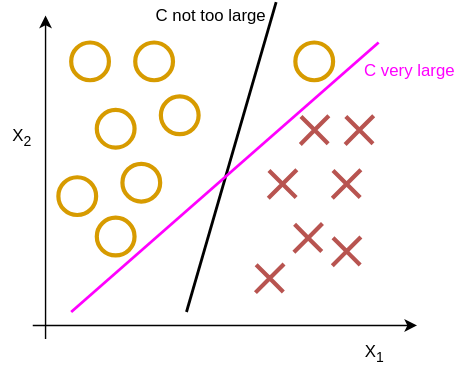
Above: media/svm with outliers.drawio.svg in arun-jathari/data-science- (draw.io), before the change. Source tidied: cells renumbered, new cells last; positions are measured from the earlier drawing's top-left corner, leaving out a move shared by most shapes. Source of this version:
```xml
<mxGraphModel>
  <root>
    <mxCell id="0" />
    <mxCell id="1" parent="0" />
    <mxCell id="2" style="group;" parent="1" vertex="1">
      <mxGeometry width="325" height="260" as="geometry" />
    </mxCell>
    <mxCell id="3" style="endArrow=classic;html=1;rounded=0;endFill=1;" parent="2" edge="1">
      <mxGeometry relative="1" as="geometry">
        <mxPoint x="32" y="240.7" as="sourcePoint" />
        <mxPoint x="32" y="9.6" as="targetPoint" />
      </mxGeometry>
    </mxCell>
    <mxCell id="4" style="endArrow=classic;html=1;rounded=0;" parent="2" edge="1">
      <mxGeometry relative="1" as="geometry">
        <mxPoint x="22.9" y="231.1" as="sourcePoint" />
        <mxPoint x="297.5" y="231.1" as="targetPoint" />
      </mxGeometry>
    </mxCell>
    <mxCell id="5" style="shape=cross;whiteSpace=wrap;html=1;size=0;strokeWidth=3;rotation=45;fillColor=#f8cecc;strokeColor=#b85450;" parent="2" vertex="1">
      <mxGeometry x="210.6" y="77" width="27.5" height="28.9" as="geometry" />
    </mxCell>
    <mxCell id="6" style="shape=cross;whiteSpace=wrap;html=1;size=0;strokeWidth=3;rotation=45;fillColor=#f8cecc;strokeColor=#b85450;" parent="2" vertex="1">
      <mxGeometry x="187.7" y="115.6" width="27.5" height="28.9" as="geometry" />
    </mxCell>
    <mxCell id="7" style="shape=cross;whiteSpace=wrap;html=1;size=0;strokeWidth=3;rotation=45;fillColor=#f8cecc;strokeColor=#b85450;" parent="2" vertex="1">
      <mxGeometry x="233.5" y="115.6" width="27.5" height="28.9" as="geometry" />
    </mxCell>
    <mxCell id="8" style="shape=cross;whiteSpace=wrap;html=1;size=0;strokeWidth=3;rotation=45;fillColor=#f8cecc;strokeColor=#b85450;" parent="2" vertex="1">
      <mxGeometry x="206" y="154.1" width="27.5" height="28.9" as="geometry" />
    </mxCell>
    <mxCell id="9" style="shape=cross;whiteSpace=wrap;html=1;size=0;strokeWidth=3;rotation=45;fillColor=#f8cecc;strokeColor=#b85450;" parent="2" vertex="1">
      <mxGeometry x="233.5" y="163.7" width="27.5" height="28.9" as="geometry" />
    </mxCell>
    <mxCell id="10" style="shape=cross;whiteSpace=wrap;html=1;size=0;strokeWidth=3;rotation=45;fillColor=#f8cecc;strokeColor=#b85450;" parent="2" vertex="1">
      <mxGeometry x="242.6" y="77" width="27.5" height="28.9" as="geometry" />
    </mxCell>
    <mxCell id="11" style="shape=cross;whiteSpace=wrap;html=1;size=0;strokeWidth=3;rotation=45;fillColor=#f8cecc;strokeColor=#b85450;" parent="2" vertex="1">
      <mxGeometry x="178.5" y="183" width="27.5" height="28.9" as="geometry" />
    </mxCell>
    <mxCell id="12" style="ellipse;whiteSpace=wrap;html=1;strokeWidth=3;fillColor=none;strokeColor=#d79b00;" parent="2" vertex="1">
      <mxGeometry x="50.4" y="28.9" width="27" height="27" as="geometry" />
    </mxCell>
    <mxCell id="13" style="ellipse;whiteSpace=wrap;html=1;strokeWidth=3;fillColor=none;strokeColor=#d79b00;" parent="2" vertex="1">
      <mxGeometry x="96.1" y="28.9" width="27" height="27" as="geometry" />
    </mxCell>
    <mxCell id="14" style="ellipse;whiteSpace=wrap;html=1;strokeWidth=3;fillColor=none;strokeColor=#d79b00;" parent="2" vertex="1">
      <mxGeometry x="68.7" y="77" width="27" height="27" as="geometry" />
    </mxCell>
    <mxCell id="15" style="ellipse;whiteSpace=wrap;html=1;strokeWidth=3;fillColor=none;strokeColor=#d79b00;" parent="2" vertex="1">
      <mxGeometry x="114.4" y="67.4" width="27" height="27" as="geometry" />
    </mxCell>
    <mxCell id="16" style="ellipse;whiteSpace=wrap;html=1;strokeWidth=3;fillColor=none;strokeColor=#d79b00;" parent="2" vertex="1">
      <mxGeometry x="41.2" y="125.2" width="27" height="27" as="geometry" />
    </mxCell>
    <mxCell id="17" style="ellipse;whiteSpace=wrap;html=1;strokeWidth=3;fillColor=none;strokeColor=#d79b00;" parent="2" vertex="1">
      <mxGeometry x="87" y="115.6" width="27" height="27" as="geometry" />
    </mxCell>
    <mxCell id="18" style="ellipse;whiteSpace=wrap;html=1;strokeWidth=3;fillColor=none;strokeColor=#d79b00;" parent="2" vertex="1">
      <mxGeometry x="68.7" y="154.1" width="27" height="27" as="geometry" />
    </mxCell>
    <mxCell id="19" style="endArrow=none;html=1;rounded=0;strokeWidth=2;" parent="2" edge="1">
      <mxGeometry relative="1" as="geometry">
        <mxPoint x="132.7" y="221.5" as="sourcePoint" />
        <mxPoint x="196.8" as="targetPoint" />
      </mxGeometry>
    </mxCell>
    <mxCell id="20" style="ellipse;whiteSpace=wrap;html=1;strokeWidth=3;fillColor=none;strokeColor=#d79b00;" parent="2" vertex="1">
      <mxGeometry x="210.6" y="28.9" width="27" height="27" as="geometry" />
    </mxCell>
    <mxCell id="21" style="endArrow=none;html=1;rounded=0;strokeWidth=2;strokeColor=#FF00FF;" parent="2" edge="1">
      <mxGeometry relative="1" as="geometry">
        <mxPoint x="50.4" y="221.5" as="sourcePoint" />
        <mxPoint x="270.1" y="28.9" as="targetPoint" />
      </mxGeometry>
    </mxCell>
    <mxCell id="22" value="C very large" style="text;html=1;align=center;verticalAlign=middle;strokeColor=none;fillColor=none;fontColor=#FF00FF;" parent="2" vertex="1">
      <mxGeometry x="251.8" y="38.5" width="80" height="20" as="geometry" />
    </mxCell>
    <mxCell id="23" value="C not too large" style="text;html=1;align=center;verticalAlign=middle;strokeColor=none;fillColor=none;" parent="2" vertex="1">
      <mxGeometry x="105.3" width="90" height="20" as="geometry" />
    </mxCell>
    <mxCell id="24" value="X&lt;sub&gt;1&lt;/sub&gt;" style="text;html=1;align=center;verticalAlign=middle;strokeColor=none;fillColor=none;fontColor=#000000;" parent="2" vertex="1">
      <mxGeometry x="251.8" y="240.7" width="30" height="20" as="geometry" />
    </mxCell>
    <mxCell id="25" value="X&lt;sub&gt;2&lt;/sub&gt;" style="text;html=1;align=center;verticalAlign=middle;strokeColor=none;fillColor=none;fontColor=#000000;" parent="2" vertex="1">
      <mxGeometry y="86.7" width="30" height="20" as="geometry" />
    </mxCell>
  </root>
</mxGraphModel>
```
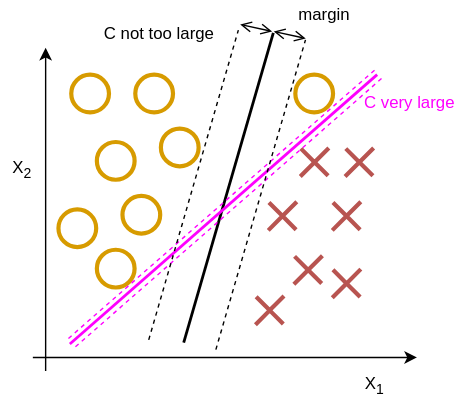
After the change.

Change to the diagram source:
```diff
@@ -2,89 +2,125 @@
   <root>
     <mxCell id="0" />
     <mxCell id="1" parent="0" />
-    <mxCell id="2" style="group;" parent="1" vertex="1">
-      <mxGeometry width="325" height="260" as="geometry" />
-    </mxCell>
-    <mxCell id="3" style="endArrow=classic;html=1;rounded=0;endFill=1;" parent="2" edge="1">
+    <mxCell id="3" style="endArrow=classic;html=1;rounded=0;endFill=1;" parent="1" edge="1">
       <mxGeometry relative="1" as="geometry">
         <mxPoint x="32" y="240.7" as="sourcePoint" />
         <mxPoint x="32" y="9.6" as="targetPoint" />
       </mxGeometry>
     </mxCell>
-    <mxCell id="4" style="endArrow=classic;html=1;rounded=0;" parent="2" edge="1">
+    <mxCell id="4" style="endArrow=classic;html=1;rounded=0;" parent="1" edge="1">
       <mxGeometry relative="1" as="geometry">
         <mxPoint x="22.9" y="231.1" as="sourcePoint" />
         <mxPoint x="297.5" y="231.1" as="targetPoint" />
       </mxGeometry>
     </mxCell>
-    <mxCell id="5" style="shape=cross;whiteSpace=wrap;html=1;size=0;strokeWidth=3;rotation=45;fillColor=#f8cecc;strokeColor=#b85450;" parent="2" vertex="1">
+    <mxCell id="5" style="shape=cross;whiteSpace=wrap;html=1;size=0;strokeWidth=3;rotation=45;fillColor=#f8cecc;strokeColor=#b85450;" parent="1" vertex="1">
       <mxGeometry x="210.6" y="77" width="27.5" height="28.9" as="geometry" />
     </mxCell>
-    <mxCell id="6" style="shape=cross;whiteSpace=wrap;html=1;size=0;strokeWidth=3;rotation=45;fillColor=#f8cecc;strokeColor=#b85450;" parent="2" vertex="1">
+    <mxCell id="6" style="shape=cross;whiteSpace=wrap;html=1;size=0;strokeWidth=3;rotation=45;fillColor=#f8cecc;strokeColor=#b85450;" parent="1" vertex="1">
       <mxGeometry x="187.7" y="115.6" width="27.5" height="28.9" as="geometry" />
     </mxCell>
-    <mxCell id="7" style="shape=cross;whiteSpace=wrap;html=1;size=0;strokeWidth=3;rotation=45;fillColor=#f8cecc;strokeColor=#b85450;" parent="2" vertex="1">
+    <mxCell id="7" style="shape=cross;whiteSpace=wrap;html=1;size=0;strokeWidth=3;rotation=45;fillColor=#f8cecc;strokeColor=#b85450;" parent="1" vertex="1">
       <mxGeometry x="233.5" y="115.6" width="27.5" height="28.9" as="geometry" />
     </mxCell>
-    <mxCell id="8" style="shape=cross;whiteSpace=wrap;html=1;size=0;strokeWidth=3;rotation=45;fillColor=#f8cecc;strokeColor=#b85450;" parent="2" vertex="1">
+    <mxCell id="8" style="shape=cross;whiteSpace=wrap;html=1;size=0;strokeWidth=3;rotation=45;fillColor=#f8cecc;strokeColor=#b85450;" parent="1" vertex="1">
       <mxGeometry x="206" y="154.1" width="27.5" height="28.9" as="geometry" />
     </mxCell>
-    <mxCell id="9" style="shape=cross;whiteSpace=wrap;html=1;size=0;strokeWidth=3;rotation=45;fillColor=#f8cecc;strokeColor=#b85450;" parent="2" vertex="1">
+    <mxCell id="9" style="shape=cross;whiteSpace=wrap;html=1;size=0;strokeWidth=3;rotation=45;fillColor=#f8cecc;strokeColor=#b85450;" parent="1" vertex="1">
       <mxGeometry x="233.5" y="163.7" width="27.5" height="28.9" as="geometry" />
     </mxCell>
-    <mxCell id="10" style="shape=cross;whiteSpace=wrap;html=1;size=0;strokeWidth=3;rotation=45;fillColor=#f8cecc;strokeColor=#b85450;" parent="2" vertex="1">
+    <mxCell id="10" style="shape=cross;whiteSpace=wrap;html=1;size=0;strokeWidth=3;rotation=45;fillColor=#f8cecc;strokeColor=#b85450;" parent="1" vertex="1">
       <mxGeometry x="242.6" y="77" width="27.5" height="28.9" as="geometry" />
     </mxCell>
-    <mxCell id="11" style="shape=cross;whiteSpace=wrap;html=1;size=0;strokeWidth=3;rotation=45;fillColor=#f8cecc;strokeColor=#b85450;" parent="2" vertex="1">
+    <mxCell id="11" style="shape=cross;whiteSpace=wrap;html=1;size=0;strokeWidth=3;rotation=45;fillColor=#f8cecc;strokeColor=#b85450;" parent="1" vertex="1">
       <mxGeometry x="178.5" y="183" width="27.5" height="28.9" as="geometry" />
     </mxCell>
-    <mxCell id="12" style="ellipse;whiteSpace=wrap;html=1;strokeWidth=3;fillColor=none;strokeColor=#d79b00;" parent="2" vertex="1">
+    <mxCell id="12" style="ellipse;whiteSpace=wrap;html=1;strokeWidth=3;fillColor=none;strokeColor=#d79b00;" parent="1" vertex="1">
       <mxGeometry x="50.4" y="28.9" width="27" height="27" as="geometry" />
     </mxCell>
-    <mxCell id="13" style="ellipse;whiteSpace=wrap;html=1;strokeWidth=3;fillColor=none;strokeColor=#d79b00;" parent="2" vertex="1">
+    <mxCell id="13" style="ellipse;whiteSpace=wrap;html=1;strokeWidth=3;fillColor=none;strokeColor=#d79b00;" parent="1" vertex="1">
       <mxGeometry x="96.1" y="28.9" width="27" height="27" as="geometry" />
     </mxCell>
-    <mxCell id="14" style="ellipse;whiteSpace=wrap;html=1;strokeWidth=3;fillColor=none;strokeColor=#d79b00;" parent="2" vertex="1">
+    <mxCell id="14" style="ellipse;whiteSpace=wrap;html=1;strokeWidth=3;fillColor=none;strokeColor=#d79b00;" parent="1" vertex="1">
       <mxGeometry x="68.7" y="77" width="27" height="27" as="geometry" />
     </mxCell>
-    <mxCell id="15" style="ellipse;whiteSpace=wrap;html=1;strokeWidth=3;fillColor=none;strokeColor=#d79b00;" parent="2" vertex="1">
+    <mxCell id="15" style="ellipse;whiteSpace=wrap;html=1;strokeWidth=3;fillColor=none;strokeColor=#d79b00;" parent="1" vertex="1">
       <mxGeometry x="114.4" y="67.4" width="27" height="27" as="geometry" />
     </mxCell>
-    <mxCell id="16" style="ellipse;whiteSpace=wrap;html=1;strokeWidth=3;fillColor=none;strokeColor=#d79b00;" parent="2" vertex="1">
+    <mxCell id="16" style="ellipse;whiteSpace=wrap;html=1;strokeWidth=3;fillColor=none;strokeColor=#d79b00;" parent="1" vertex="1">
       <mxGeometry x="41.2" y="125.2" width="27" height="27" as="geometry" />
     </mxCell>
-    <mxCell id="17" style="ellipse;whiteSpace=wrap;html=1;strokeWidth=3;fillColor=none;strokeColor=#d79b00;" parent="2" vertex="1">
+    <mxCell id="17" style="ellipse;whiteSpace=wrap;html=1;strokeWidth=3;fillColor=none;strokeColor=#d79b00;" parent="1" vertex="1">
       <mxGeometry x="87" y="115.6" width="27" height="27" as="geometry" />
     </mxCell>
-    <mxCell id="18" style="ellipse;whiteSpace=wrap;html=1;strokeWidth=3;fillColor=none;strokeColor=#d79b00;" parent="2" vertex="1">
+    <mxCell id="18" style="ellipse;whiteSpace=wrap;html=1;strokeWidth=3;fillColor=none;strokeColor=#d79b00;" parent="1" vertex="1">
       <mxGeometry x="68.7" y="154.1" width="27" height="27" as="geometry" />
     </mxCell>
-    <mxCell id="19" style="endArrow=none;html=1;rounded=0;strokeWidth=2;" parent="2" edge="1">
+    <mxCell id="19" style="endArrow=none;html=1;rounded=0;strokeWidth=2;" parent="1" edge="1">
       <mxGeometry relative="1" as="geometry">
-        <mxPoint x="132.7" y="221.5" as="sourcePoint" />
-        <mxPoint x="196.8" as="targetPoint" />
+        <mxPoint x="130.7" y="220.5" as="sourcePoint" />
+        <mxPoint x="194.8" y="-1" as="targetPoint" />
       </mxGeometry>
     </mxCell>
-    <mxCell id="20" style="ellipse;whiteSpace=wrap;html=1;strokeWidth=3;fillColor=none;strokeColor=#d79b00;" parent="2" vertex="1">
+    <mxCell id="20" style="ellipse;whiteSpace=wrap;html=1;strokeWidth=3;fillColor=none;strokeColor=#d79b00;" parent="1" vertex="1">
       <mxGeometry x="210.6" y="28.9" width="27" height="27" as="geometry" />
     </mxCell>
-    <mxCell id="21" style="endArrow=none;html=1;rounded=0;strokeWidth=2;strokeColor=#FF00FF;" parent="2" edge="1">
+    <mxCell id="21" style="endArrow=none;html=1;rounded=0;strokeWidth=2;strokeColor=#FF00FF;" parent="1" edge="1">
       <mxGeometry relative="1" as="geometry">
-        <mxPoint x="50.4" y="221.5" as="sourcePoint" />
-        <mxPoint x="270.1" y="28.9" as="targetPoint" />
+        <mxPoint x="49.4" y="221.5" as="sourcePoint" />
+        <mxPoint x="269.1" y="28.9" as="targetPoint" />
       </mxGeometry>
     </mxCell>
-    <mxCell id="22" value="C very large" style="text;html=1;align=center;verticalAlign=middle;strokeColor=none;fillColor=none;fontColor=#FF00FF;" parent="2" vertex="1">
+    <mxCell id="22" value="C very large" style="text;html=1;align=center;verticalAlign=middle;strokeColor=none;fillColor=none;fontColor=#FF00FF;" parent="1" vertex="1">
       <mxGeometry x="251.8" y="38.5" width="80" height="20" as="geometry" />
     </mxCell>
-    <mxCell id="23" value="C not too large" style="text;html=1;align=center;verticalAlign=middle;strokeColor=none;fillColor=none;" parent="2" vertex="1">
-      <mxGeometry x="105.3" width="90" height="20" as="geometry" />
+    <mxCell id="23" value="C not too large" style="text;html=1;align=center;verticalAlign=middle;strokeColor=none;fillColor=none;" parent="1" vertex="1">
+      <mxGeometry x="68.2" y="-10" width="90" height="20" as="geometry" />
     </mxCell>
-    <mxCell id="24" value="X&lt;sub&gt;1&lt;/sub&gt;" style="text;html=1;align=center;verticalAlign=middle;strokeColor=none;fillColor=none;fontColor=#000000;" parent="2" vertex="1">
+    <mxCell id="24" value="X&lt;sub&gt;1&lt;/sub&gt;" style="text;html=1;align=center;verticalAlign=middle;strokeColor=none;fillColor=none;fontColor=#000000;" parent="1" vertex="1">
       <mxGeometry x="251.8" y="240.7" width="30" height="20" as="geometry" />
     </mxCell>
-    <mxCell id="25" value="X&lt;sub&gt;2&lt;/sub&gt;" style="text;html=1;align=center;verticalAlign=middle;strokeColor=none;fillColor=none;fontColor=#000000;" parent="2" vertex="1">
+    <mxCell id="25" value="X&lt;sub&gt;2&lt;/sub&gt;" style="text;html=1;align=center;verticalAlign=middle;strokeColor=none;fillColor=none;fontColor=#000000;" parent="1" vertex="1">
       <mxGeometry y="86.7" width="30" height="20" as="geometry" />
     </mxCell>
+    <mxCell id="26" style="endArrow=none;html=1;rounded=0;strokeWidth=1;strokeColor=#FF00FF;dashed=1;" parent="1" edge="1">
+      <mxGeometry relative="1" as="geometry">
+        <mxPoint x="53.4" y="223.5" as="sourcePoint" />
+        <mxPoint x="273.1" y="30.9" as="targetPoint" />
+      </mxGeometry>
+    </mxCell>
+    <mxCell id="27" style="endArrow=none;html=1;rounded=0;strokeWidth=1;strokeColor=#FF00FF;dashed=1;" parent="1" edge="1">
+      <mxGeometry relative="1" as="geometry">
+        <mxPoint x="48.4" y="217.5" as="sourcePoint" />
+        <mxPoint x="268.1" y="24.9" as="targetPoint" />
+      </mxGeometry>
+    </mxCell>
+    <mxCell id="28" style="endArrow=none;html=1;rounded=0;strokeWidth=1;dashed=1;" parent="1" edge="1">
+      <mxGeometry relative="1" as="geometry">
+        <mxPoint x="153.7" y="225.5" as="sourcePoint" />
+        <mxPoint x="217.8" y="4" as="targetPoint" />
+      </mxGeometry>
+    </mxCell>
+    <mxCell id="29" style="endArrow=none;html=1;rounded=0;strokeWidth=1;dashed=1;" parent="1" edge="1">
+      <mxGeometry relative="1" as="geometry">
+        <mxPoint x="105.7" y="218.5" as="sourcePoint" />
+        <mxPoint x="169.8" y="-3" as="targetPoint" />
+      </mxGeometry>
+    </mxCell>
+    <mxCell id="30" style="endArrow=open;startArrow=open;html=1;rounded=0;fontColor=#000000;strokeColor=#000000;strokeWidth=1;endFill=0;startFill=0;" parent="1" edge="1">
+      <mxGeometry relative="1" as="geometry">
+        <mxPoint x="195.1" y="-2" as="sourcePoint" />
+        <mxPoint x="218" y="3" as="targetPoint" />
+      </mxGeometry>
+    </mxCell>
+    <mxCell id="31" value="margin" style="text;html=1;align=center;verticalAlign=middle;strokeColor=none;fillColor=none;fontColor=#000000;" parent="1" vertex="1">
+      <mxGeometry x="207" y="-24" width="48" height="19" as="geometry" />
+    </mxCell>
+    <mxCell id="32" style="endArrow=open;startArrow=open;html=1;rounded=0;fontColor=#000000;strokeColor=#000000;strokeWidth=1;endFill=0;startFill=0;" parent="1" edge="1">
+      <mxGeometry relative="1" as="geometry">
+        <mxPoint x="171.1" y="-7" as="sourcePoint" />
+        <mxPoint x="194" y="-2" as="targetPoint" />
+      </mxGeometry>
+    </mxCell>
   </root>
 </mxGraphModel>
```
